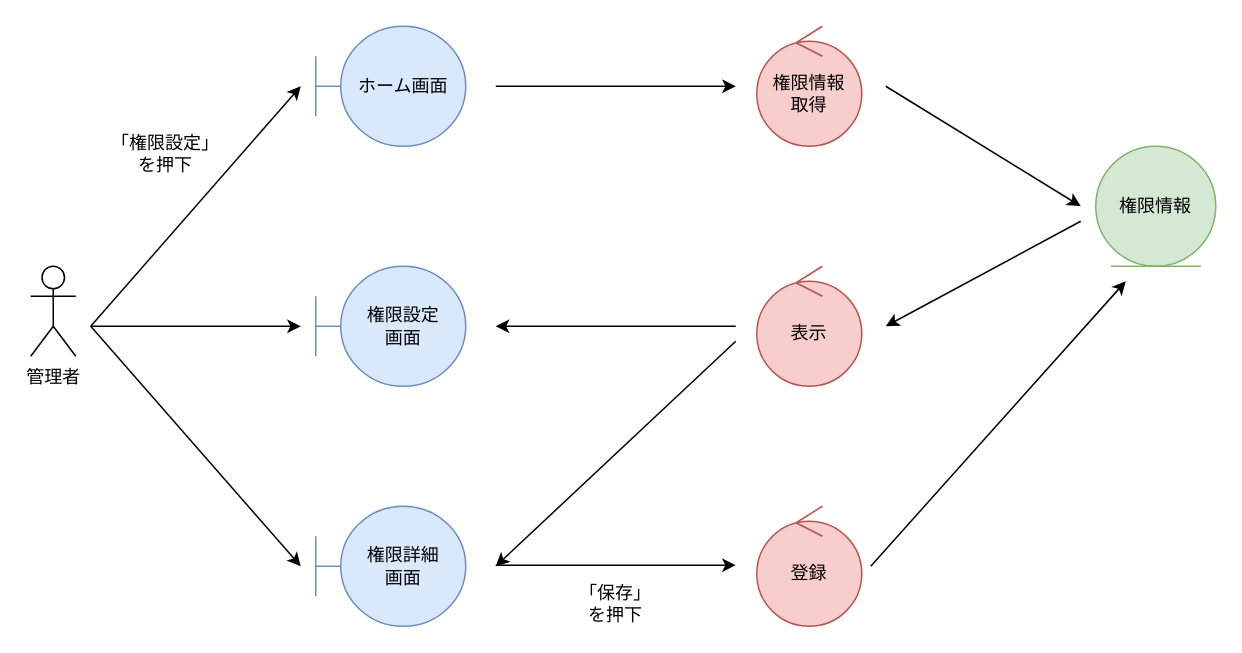
Above: page "正規非正規ユーザの権限編集" (3 of 7) of 各種設計書/3ロバストネス図/人事管理/従業員情報管理.drawio in HaruShim/Sotuken (draw.io), before the change. Source tidied: cells renumbered, new cells numbered last; positions are measured from the earlier drawing's top-left corner, leaving out a move shared by most shapes. Both pictures are drawn from the tidied source at 150%, with x=0, y=0 at pixel (30, 26).
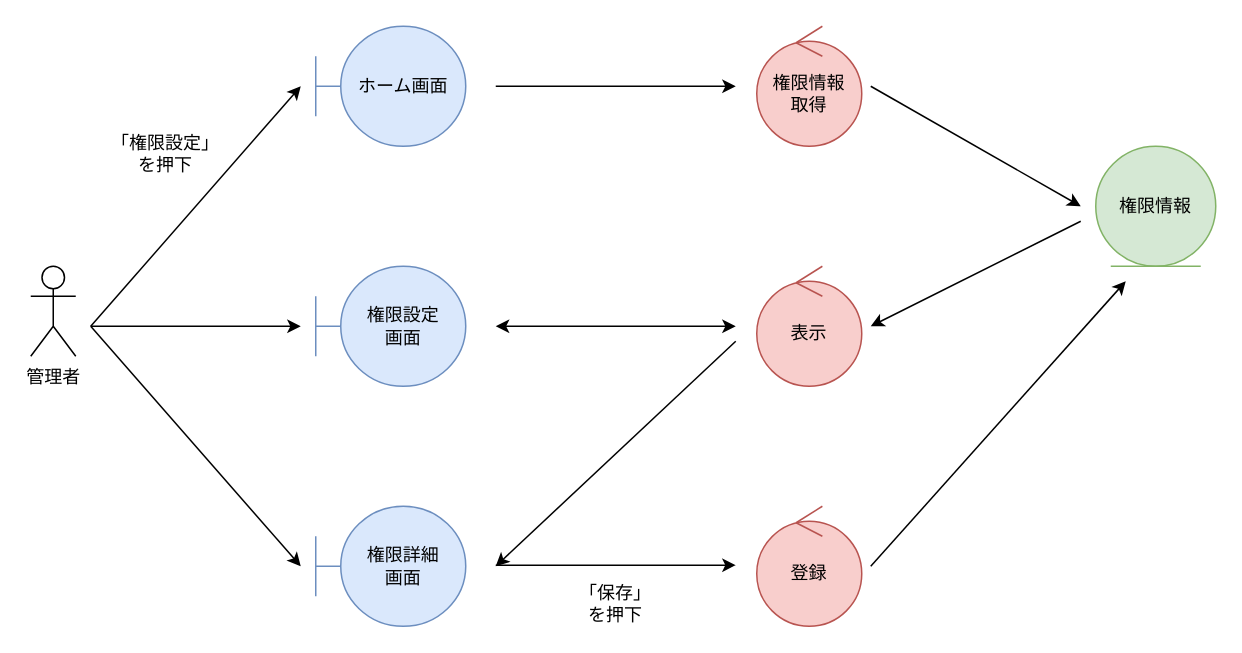
The same page after the edit.

What changed in the source:
```diff
@@
     <mxCell id="14" style="endArrow=classic;html=1;rounded=0;" parent="1" edge="1">
       <mxGeometry relative="1" as="geometry">
-        <mxPoint x="570" y="40" as="sourcePoint" />
+        <mxPoint x="560" y="40" as="sourcePoint" />
         <mxPoint x="700" y="120" as="targetPoint" />
       </mxGeometry>
     </mxCell>
     <mxCell id="15" style="endArrow=classic;html=1;rounded=0;" parent="1" edge="1">
       <mxGeometry relative="1" as="geometry">
         <mxPoint x="700" y="130" as="sourcePoint" />
-        <mxPoint x="570" y="200" as="targetPoint" />
+        <mxPoint x="560" y="200" as="targetPoint" />
       </mxGeometry>
     </mxCell>
-    <mxCell id="16" style="endArrow=classic;html=1;rounded=0;" parent="1" edge="1">
-      <mxGeometry relative="1" as="geometry">
-        <mxPoint x="470" y="200" as="sourcePoint" />
-        <mxPoint x="310" y="200" as="targetPoint" />
-      </mxGeometry>
-    </mxCell>
@@
+    <mxCell id="22" style="endArrow=classic;startArrow=classic;html=1;rounded=0;jumpStyle=arc;" parent="1" edge="1">
+      <mxGeometry relative="1" as="geometry">
+        <mxPoint x="310" y="200" as="sourcePoint" />
+        <mxPoint x="470" y="200" as="targetPoint" />
+      </mxGeometry>
+    </mxCell>
```
